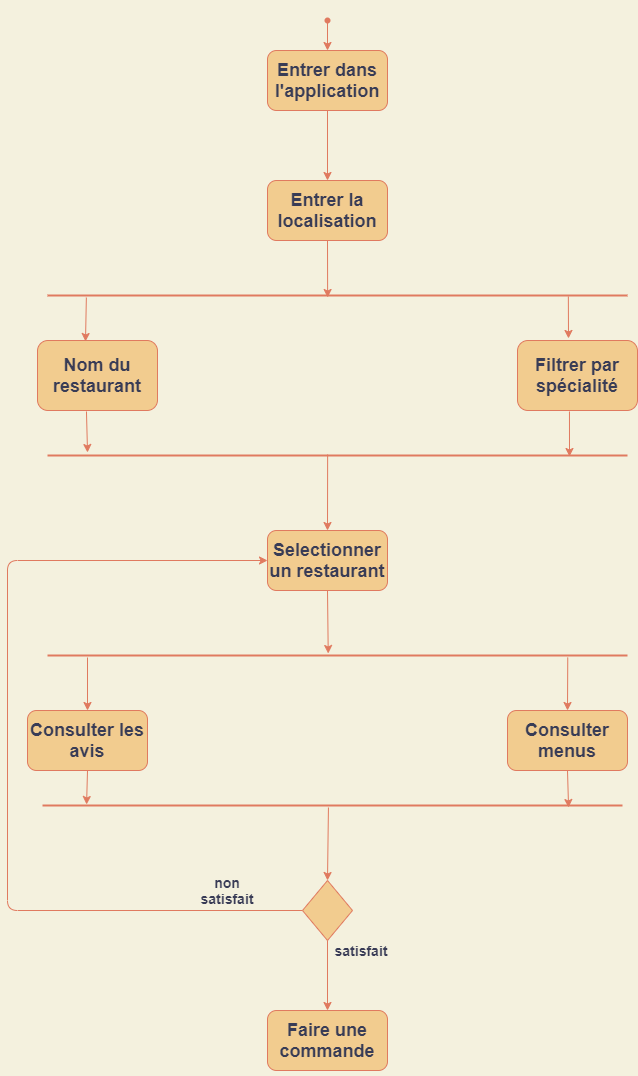
This is diagrammes/diagramme_activite.png from TheAIWizard/Ensaeats, a draw.io export, as it was before one commit. Source tidied: cells renumbered, new cells last; positions are measured from the earlier drawing's top-left corner, leaving out a move shared by most shapes.
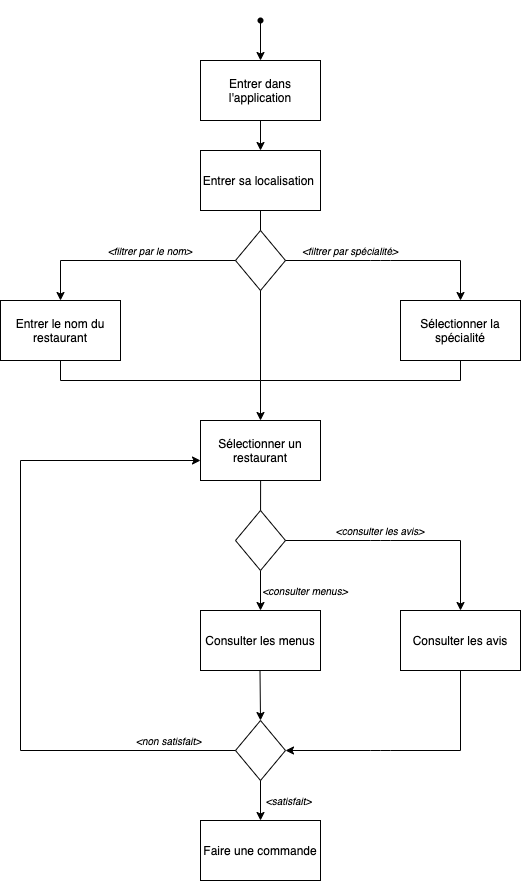
Above is the later version.

What changed in the source:
```diff
@@ -1,109 +1,196 @@
-<mxGraphModel background="#F4F1DE">
+<mxGraphModel background="#ffffff">
   <root>
     <mxCell id="0" />
     <mxCell id="1" parent="0" />
-    <mxCell id="2" style="shape=waypoint;sketch=0;fillStyle=solid;size=6;points=[];fillColor=none;perimeter=centerPerimeter;snapToPoint=1;strokeColor=#E07A5F;fontColor=#393C56;" parent="1" vertex="1">
-      <mxGeometry x="300" width="40" height="40" as="geometry" />
+    <mxCell id="2" style="shape=waypoint;fillStyle=solid;size=6;points=[];fillColor=none;perimeter=centerPerimeter;snapToPoint=1;strokeColor=#000000;" parent="1" vertex="1">
+      <mxGeometry x="300" y="-10" width="40" height="40" as="geometry" />
     </mxCell>
-    <mxCell id="3" style="endArrow=classic;html=1;exitX=0.575;exitY=0.525;exitDx=0;exitDy=0;exitPerimeter=0;labelBackgroundColor=#F4F1DE;strokeColor=#E07A5F;fontColor=#393C56;" parent="1" edge="1" source="2" target="4">
+    <mxCell id="3" style="endArrow=classic;html=1;exitX=0.575;exitY=0.525;exitDx=0;exitDy=0;exitPerimeter=0;entryX=0.5;entryY=0;entryDx=0;entryDy=0;strokeColor=#000000;" parent="1" edge="1" source="2" target="4">
       <mxGeometry relative="1" as="geometry" />
     </mxCell>
+    <mxCell id="6" style="endArrow=classic;html=1;exitX=0.5;exitY=1;exitDx=0;exitDy=0;entryX=0.5;entryY=0;entryDx=0;entryDy=0;strokeColor=#000000;" parent="1" edge="1" source="4" target="34">
+      <mxGeometry relative="1" as="geometry" />
+    </mxCell>
+    <mxCell id="13" value="&lt;span style=&quot;font-size: 10px&quot;&gt;&lt;font color=&quot;#000000&quot;&gt;&lt;i&gt;&amp;lt;non satisfait&amp;gt;&lt;/i&gt;&lt;b&gt;&amp;nbsp;&lt;/b&gt;&lt;/font&gt;&lt;/span&gt;" style="text;html=1;strokeColor=none;fillColor=none;align=center;verticalAlign=middle;whiteSpace=wrap;" parent="1" vertex="1">
+      <mxGeometry x="160" y="720" width="140" height="20" as="geometry" />
+    </mxCell>
+    <mxCell id="15" style="rhombus;whiteSpace=wrap;html=1;" parent="1" vertex="1">
+      <mxGeometry x="295" y="710" width="50" height="60" as="geometry" />
+    </mxCell>
+    <mxCell id="23" style="endArrow=none;html=1;exitX=0.483;exitY=0.4;exitDx=0;exitDy=0;exitPerimeter=0;entryX=0.5;entryY=0;entryDx=0;entryDy=0;endFill=0;strokeColor=#000000;" parent="1" edge="1">
+      <mxGeometry relative="1" as="geometry">
+        <mxPoint x="320.1" y="454" as="sourcePoint" />
+        <mxPoint x="320" y="530" as="targetPoint" />
+      </mxGeometry>
+    </mxCell>
+    <mxCell id="32" style="endArrow=classic;html=1;exitX=0.5;exitY=1;exitDx=0;exitDy=0;strokeColor=#000000;" parent="1" edge="1" source="15">
+      <mxGeometry relative="1" as="geometry">
+        <mxPoint x="320" y="810" as="targetPoint" />
+      </mxGeometry>
+    </mxCell>
-    <mxCell id="4" value="&lt;h2&gt;Entrer dans l'application&lt;/h2&gt;" style="rounded=1;whiteSpace=wrap;html=1;fillColor=#F2CC8F;strokeColor=#E07A5F;fontColor=#393C56;" parent="1" vertex="1">
+    <mxCell id="4" value="Entrer dans l'application" style="whiteSpace=wrap;html=1;" parent="1" vertex="1">
       <mxGeometry x="260" y="50" width="120" height="60" as="geometry" />
     </mxCell>
-    <mxCell id="5" value="&lt;h2&gt;Entrer la localisation&lt;/h2&gt;" style="rounded=1;whiteSpace=wrap;html=1;fillColor=#F2CC8F;strokeColor=#E07A5F;fontColor=#393C56;" parent="1" vertex="1">
-      <mxGeometry x="260" y="180" width="120" height="60" as="geometry" />
-    </mxCell>
-    <mxCell id="6" style="endArrow=classic;html=1;exitX=0.5;exitY=1;exitDx=0;exitDy=0;entryX=0.5;entryY=0;entryDx=0;entryDy=0;labelBackgroundColor=#F4F1DE;strokeColor=#E07A5F;fontColor=#393C56;" parent="1" edge="1" source="4" target="5">
-      <mxGeometry relative="1" as="geometry" />
-    </mxCell>
-    <mxCell id="7" value="&lt;h2&gt;Filtrer par spécialité&lt;/h2&gt;" style="rounded=1;whiteSpace=wrap;html=1;fillColor=#F2CC8F;strokeColor=#E07A5F;fontColor=#393C56;" parent="1" vertex="1">
-      <mxGeometry x="510" y="340" width="120" height="70" as="geometry" />
-    </mxCell>
-    <mxCell id="8" value="&lt;h2&gt;Selectionner un restaurant&lt;/h2&gt;" style="rounded=1;whiteSpace=wrap;html=1;fillColor=#F2CC8F;strokeColor=#E07A5F;fontColor=#393C56;" parent="1" vertex="1">
-      <mxGeometry x="260" y="530" width="120" height="60" as="geometry" />
-    </mxCell>
-    <mxCell id="9" style="line;strokeWidth=2;html=1;labelBackgroundColor=#F4F1DE;fillColor=#F2CC8F;strokeColor=#E07A5F;fontColor=#393C56;" parent="1" vertex="1">
-      <mxGeometry x="40" y="290" width="580" height="10" as="geometry" />
-    </mxCell>
+    <mxCell id="34" value="Entrer sa localisation&amp;nbsp;" style="whiteSpace=wrap;html=1;" parent="1" vertex="1">
+      <mxGeometry x="260" y="140" width="120" height="60" as="geometry" />
+    </mxCell>
+    <mxCell id="35" style="endArrow=none;html=1;exitX=0.5;exitY=1;exitDx=0;exitDy=0;endFill=0;strokeColor=#000000;" parent="1" edge="1" source="34">
+      <mxGeometry relative="1" as="geometry">
+        <mxPoint x="320" y="250" as="targetPoint" />
+      </mxGeometry>
+    </mxCell>
+    <mxCell id="36" value="Entrer le nom du restaurant" style="whiteSpace=wrap;html=1;" parent="1" vertex="1">
+      <mxGeometry x="60" y="290" width="120" height="60" as="geometry" />
+    </mxCell>
+    <mxCell id="37" style="endArrow=classic;html=1;entryX=0.5;entryY=0;entryDx=0;entryDy=0;strokeColor=#000000;" parent="1" edge="1" target="36">
+      <mxGeometry relative="1" as="geometry">
+        <mxPoint x="120" y="250" as="sourcePoint" />
+      </mxGeometry>
+    </mxCell>
+    <mxCell id="38" value="Sélectionner la spécialité" style="whiteSpace=wrap;html=1;" parent="1" vertex="1">
+      <mxGeometry x="460" y="290" width="120" height="60" as="geometry" />
+    </mxCell>
+    <mxCell id="39" style="endArrow=classic;html=1;strokeColor=#000000;" parent="1" edge="1" target="38">
+      <mxGeometry relative="1" as="geometry">
+        <mxPoint x="520" y="250" as="sourcePoint" />
+      </mxGeometry>
+    </mxCell>
+    <mxCell id="40" value="Sélectionner un restaurant" style="whiteSpace=wrap;html=1;" parent="1" vertex="1">
+      <mxGeometry x="260" y="410" width="120" height="60" as="geometry" />
+    </mxCell>
-    <mxCell id="10" value="&lt;h2&gt;Consulter les avis&lt;/h2&gt;" style="rounded=1;whiteSpace=wrap;html=1;fillColor=#F2CC8F;strokeColor=#E07A5F;fontColor=#393C56;" parent="1" vertex="1">
-      <mxGeometry x="20" y="710" width="120" height="60" as="geometry" />
+    <mxCell id="10" value="Consulter les avis" style="whiteSpace=wrap;html=1;" parent="1" vertex="1">
+      <mxGeometry x="460" y="600" width="120" height="60" as="geometry" />
     </mxCell>
-    <mxCell id="11" value="&lt;h2&gt;&lt;span&gt;Consulter menus&lt;/span&gt;&lt;/h2&gt;" style="rounded=1;whiteSpace=wrap;html=1;fillColor=#F2CC8F;strokeColor=#E07A5F;fontColor=#393C56;" parent="1" vertex="1">
-      <mxGeometry x="500" y="710" width="120" height="60" as="geometry" />
-    </mxCell>
-    <mxCell id="12" style="edgeStyle=elbowEdgeStyle;elbow=horizontal;endArrow=classic;html=1;entryX=0;entryY=0.5;entryDx=0;entryDy=0;exitX=0;exitY=0.5;exitDx=0;exitDy=0;labelBackgroundColor=#F4F1DE;strokeColor=#E07A5F;fontColor=#393C56;" parent="1" edge="1" source="15" target="8">
-      <mxGeometry relative="1" as="geometry">
-        <Array as="points">
-          <mxPoint y="470" />
-        </Array>
-      </mxGeometry>
-    </mxCell>
-    <mxCell id="13" value="&lt;font style=&quot;font-size: 14px&quot;&gt;&lt;b&gt;non satisfait&lt;/b&gt;&lt;/font&gt;" style="text;html=1;strokeColor=none;fillColor=none;align=center;verticalAlign=middle;whiteSpace=wrap;rounded=0;fontColor=#393C56;" parent="1" vertex="1">
-      <mxGeometry x="180" y="880" width="80" height="20" as="geometry" />
-    </mxCell>
-    <mxCell id="14" value="satisfait" style="text;html=1;strokeColor=none;fillColor=none;align=center;verticalAlign=middle;whiteSpace=wrap;rounded=0;strokeWidth=4;fontColor=#393C56;fontSize=14;fontStyle=1;" parent="1" vertex="1">
-      <mxGeometry x="334" y="940" width="40" height="20" as="geometry" />
-    </mxCell>
-    <mxCell id="15" style="rhombus;whiteSpace=wrap;html=1;fillColor=#F2CC8F;strokeColor=#E07A5F;fontColor=#393C56;" parent="1" vertex="1">
-      <mxGeometry x="295" y="880" width="50" height="60" as="geometry" />
-    </mxCell>
-    <mxCell id="16" value="&lt;h2&gt;Nom du restaurant&lt;/h2&gt;" style="rounded=1;whiteSpace=wrap;html=1;fillColor=#F2CC8F;strokeColor=#E07A5F;fontColor=#393C56;" parent="1" vertex="1">
-      <mxGeometry x="30" y="340" width="120" height="70" as="geometry" />
-    </mxCell>
-    <mxCell id="17" style="line;strokeWidth=2;html=1;labelBackgroundColor=#F4F1DE;fillColor=#F2CC8F;strokeColor=#E07A5F;fontColor=#393C56;" parent="1" vertex="1">
-      <mxGeometry x="40" y="450" width="580" height="10" as="geometry" />
-    </mxCell>
-    <mxCell id="18" style="endArrow=classic;html=1;entryX=0.483;entryY=0.7;entryDx=0;entryDy=0;entryPerimeter=0;exitX=0.5;exitY=1;exitDx=0;exitDy=0;labelBackgroundColor=#F4F1DE;strokeColor=#E07A5F;fontColor=#393C56;" parent="1" edge="1" source="5" target="9">
-      <mxGeometry relative="1" as="geometry" />
-    </mxCell>
-    <mxCell id="19" style="endArrow=classic;html=1;exitX=0.067;exitY=0.7;exitDx=0;exitDy=0;exitPerimeter=0;entryX=0.4;entryY=0.014;entryDx=0;entryDy=0;entryPerimeter=0;labelBackgroundColor=#F4F1DE;strokeColor=#E07A5F;fontColor=#393C56;" parent="1" edge="1" source="9" target="16">
-      <mxGeometry relative="1" as="geometry" />
-    </mxCell>
-    <mxCell id="20" style="endArrow=classic;html=1;exitX=0.898;exitY=0.6;exitDx=0;exitDy=0;exitPerimeter=0;entryX=0.425;entryY=-0.029;entryDx=0;entryDy=0;entryPerimeter=0;labelBackgroundColor=#F4F1DE;strokeColor=#E07A5F;fontColor=#393C56;" parent="1" edge="1" source="9" target="7">
-      <mxGeometry relative="1" as="geometry" />
-    </mxCell>
-    <mxCell id="21" style="endArrow=classic;html=1;exitX=0.433;exitY=1.014;exitDx=0;exitDy=0;exitPerimeter=0;entryX=0.9;entryY=0.6;entryDx=0;entryDy=0;entryPerimeter=0;labelBackgroundColor=#F4F1DE;strokeColor=#E07A5F;fontColor=#393C56;" parent="1" edge="1" source="7" target="17">
-      <mxGeometry relative="1" as="geometry" />
-    </mxCell>
-    <mxCell id="22" style="endArrow=classic;html=1;exitX=0.408;exitY=1.014;exitDx=0;exitDy=0;exitPerimeter=0;entryX=0.069;entryY=0.2;entryDx=0;entryDy=0;entryPerimeter=0;labelBackgroundColor=#F4F1DE;strokeColor=#E07A5F;fontColor=#393C56;" parent="1" edge="1" source="16" target="17">
-      <mxGeometry relative="1" as="geometry" />
-    </mxCell>
-    <mxCell id="23" style="endArrow=classic;html=1;exitX=0.483;exitY=0.4;exitDx=0;exitDy=0;exitPerimeter=0;entryX=0.5;entryY=0;entryDx=0;entryDy=0;labelBackgroundColor=#F4F1DE;strokeColor=#E07A5F;fontColor=#393C56;" parent="1" edge="1" source="17" target="8">
-      <mxGeometry relative="1" as="geometry" />
-    </mxCell>
-    <mxCell id="24" style="endArrow=classic;html=1;exitX=0.5;exitY=1;exitDx=0;exitDy=0;entryX=0.484;entryY=0.3;entryDx=0;entryDy=0;entryPerimeter=0;labelBackgroundColor=#F4F1DE;strokeColor=#E07A5F;fontColor=#393C56;" parent="1" edge="1" source="8" target="25">
-      <mxGeometry relative="1" as="geometry" />
-    </mxCell>
-    <mxCell id="25" style="line;strokeWidth=2;html=1;labelBackgroundColor=#F4F1DE;fillColor=#F2CC8F;strokeColor=#E07A5F;fontColor=#393C56;" parent="1" vertex="1">
-      <mxGeometry x="40" y="650" width="580" height="10" as="geometry" />
-    </mxCell>
-    <mxCell id="26" style="line;strokeWidth=2;html=1;labelBackgroundColor=#F4F1DE;fillColor=#F2CC8F;strokeColor=#E07A5F;fontColor=#393C56;" parent="1" vertex="1">
-      <mxGeometry x="35" y="800" width="580" height="10" as="geometry" />
-    </mxCell>
-    <mxCell id="27" style="endArrow=classic;html=1;entryX=0.907;entryY=0.7;entryDx=0;entryDy=0;entryPerimeter=0;exitX=0.5;exitY=1;exitDx=0;exitDy=0;labelBackgroundColor=#F4F1DE;strokeColor=#E07A5F;fontColor=#393C56;" parent="1" edge="1" source="11" target="26">
-      <mxGeometry relative="1" as="geometry" />
-    </mxCell>
-    <mxCell id="28" style="endArrow=classic;html=1;exitX=0.897;exitY=0.7;exitDx=0;exitDy=0;exitPerimeter=0;entryX=0.5;entryY=0;entryDx=0;entryDy=0;labelBackgroundColor=#F4F1DE;strokeColor=#E07A5F;fontColor=#393C56;" parent="1" edge="1" source="25" target="11">
-      <mxGeometry relative="1" as="geometry" />
-    </mxCell>
-    <mxCell id="29" style="endArrow=classic;html=1;labelBackgroundColor=#F4F1DE;strokeColor=#E07A5F;fontColor=#393C56;" parent="1" edge="1">
-      <mxGeometry relative="1" as="geometry">
-        <mxPoint x="80" y="657" as="sourcePoint" />
-        <mxPoint x="80" y="710" as="targetPoint" />
-      </mxGeometry>
-    </mxCell>
-    <mxCell id="30" style="endArrow=classic;html=1;entryX=0.076;entryY=0.4;entryDx=0;entryDy=0;entryPerimeter=0;exitX=0.5;exitY=1;exitDx=0;exitDy=0;labelBackgroundColor=#F4F1DE;strokeColor=#E07A5F;fontColor=#393C56;" parent="1" edge="1" source="10" target="26">
-      <mxGeometry relative="1" as="geometry" />
-    </mxCell>
-    <mxCell id="31" style="endArrow=classic;html=1;exitX=0.493;exitY=0.7;exitDx=0;exitDy=0;exitPerimeter=0;entryX=0.5;entryY=0;entryDx=0;entryDy=0;labelBackgroundColor=#F4F1DE;strokeColor=#E07A5F;fontColor=#393C56;" parent="1" edge="1" source="26" target="15">
-      <mxGeometry relative="1" as="geometry" />
-    </mxCell>
-    <mxCell id="32" style="endArrow=classic;html=1;entryX=0.5;entryY=0;entryDx=0;entryDy=0;exitX=0.5;exitY=1;exitDx=0;exitDy=0;labelBackgroundColor=#F4F1DE;strokeColor=#E07A5F;fontColor=#393C56;" parent="1" edge="1" source="15" target="33">
-      <mxGeometry relative="1" as="geometry" />
-    </mxCell>
+    <mxCell id="41" value="Consulter les menus" style="whiteSpace=wrap;html=1;" parent="1" vertex="1">
+      <mxGeometry x="260" y="600" width="120" height="60" as="geometry" />
+    </mxCell>
+    <mxCell id="42" style="endArrow=classic;html=1;entryX=0.5;entryY=0;entryDx=0;entryDy=0;exitX=0.5;exitY=1;exitDx=0;exitDy=0;strokeColor=#000000;" parent="1" edge="1" source="47" target="41">
+      <mxGeometry relative="1" as="geometry" />
+    </mxCell>
+    <mxCell id="43" style="endArrow=none;html=1;endFill=0;strokeColor=#000000;" parent="1" edge="1">
+      <mxGeometry relative="1" as="geometry">
+        <mxPoint x="120" y="350" as="sourcePoint" />
+        <mxPoint x="120" y="370" as="targetPoint" />
+      </mxGeometry>
+    </mxCell>
+    <mxCell id="44" style="endArrow=none;html=1;endFill=0;strokeColor=#000000;" parent="1" edge="1" source="38">
+      <mxGeometry relative="1" as="geometry">
+        <mxPoint x="520" y="370" as="targetPoint" />
+      </mxGeometry>
+    </mxCell>
+    <mxCell id="45" style="endArrow=classic;html=1;entryX=0.5;entryY=0;entryDx=0;entryDy=0;strokeColor=#000000;" parent="1" edge="1" target="40">
+      <mxGeometry relative="1" as="geometry">
+        <mxPoint x="320" y="370" as="sourcePoint" />
+      </mxGeometry>
+    </mxCell>
+    <mxCell id="46" value="&lt;span style=&quot;font-size: 10px&quot;&gt;&lt;i&gt;&lt;font color=&quot;#000000&quot;&gt;&amp;lt;satisfait&amp;gt;&amp;nbsp;&lt;/font&gt;&lt;/i&gt;&lt;/span&gt;" style="text;html=1;strokeColor=none;fillColor=none;align=center;verticalAlign=middle;whiteSpace=wrap;" parent="1" vertex="1">
+      <mxGeometry x="280" y="780" width="140" height="20" as="geometry" />
+    </mxCell>
-    <mxCell id="33" value="&lt;h2&gt;Faire une commande&lt;/h2&gt;" style="rounded=1;whiteSpace=wrap;html=1;sketch=0;fontColor=#393C56;strokeColor=#E07A5F;fillColor=#F2CC8F;" parent="1" vertex="1">
-      <mxGeometry x="260" y="1010" width="120" height="60" as="geometry" />
+    <mxCell id="33" value="Faire une commande" style="whiteSpace=wrap;html=1;" parent="1" vertex="1">
+      <mxGeometry x="260" y="810" width="120" height="60" as="geometry" />
     </mxCell>
+    <mxCell id="47" style="rhombus;whiteSpace=wrap;html=1;" parent="1" vertex="1">
+      <mxGeometry x="295" y="500" width="50" height="60" as="geometry" />
+    </mxCell>
+    <mxCell id="48" value="&lt;span style=&quot;font-size: 10px&quot;&gt;&lt;i&gt;&lt;font color=&quot;#000000&quot;&gt;&amp;lt;consulter les avis&amp;gt;&lt;/font&gt;&lt;/i&gt;&lt;/span&gt;" style="text;html=1;strokeColor=none;fillColor=none;align=center;verticalAlign=middle;whiteSpace=wrap;" parent="1" vertex="1">
+      <mxGeometry x="370" y="510" width="140" height="20" as="geometry" />
+    </mxCell>
+    <mxCell id="49" value="&lt;span style=&quot;font-size: 10px&quot;&gt;&lt;i&gt;&lt;font color=&quot;#000000&quot;&gt;&amp;lt;consulter menus&amp;gt;&lt;/font&gt;&lt;/i&gt;&lt;/span&gt;" style="text;html=1;strokeColor=none;fillColor=none;align=center;verticalAlign=middle;whiteSpace=wrap;" parent="1" vertex="1">
+      <mxGeometry x="295" y="570" width="140" height="20" as="geometry" />
+    </mxCell>
+    <mxCell id="50" style="endArrow=classic;html=1;entryX=0.5;entryY=0;entryDx=0;entryDy=0;strokeColor=#000000;" parent="1" edge="1" target="15">
+      <mxGeometry relative="1" as="geometry">
+        <mxPoint x="319.5" y="660" as="sourcePoint" />
+      </mxGeometry>
+    </mxCell>
+    <mxCell id="51" style="edgeStyle=orthogonalEdgeStyle;orthogonalLoop=1;jettySize=auto;html=1;exitX=0.5;exitY=1;exitDx=0;exitDy=0;startArrow=classic;startFill=1;endArrow=none;endFill=0;strokeWidth=1;" parent="1" edge="1" source="10" target="10">
+      <mxGeometry relative="1" as="geometry" />
+    </mxCell>
+    <mxCell id="52" style="rhombus;whiteSpace=wrap;html=1;" parent="1" vertex="1">
+      <mxGeometry x="295" y="220" width="50" height="60" as="geometry" />
+    </mxCell>
+    <mxCell id="53" style="endArrow=none;html=1;strokeWidth=1;entryX=0;entryY=0.5;entryDx=0;entryDy=0;strokeColor=#000000;" parent="1" edge="1" target="52">
+      <mxGeometry relative="1" as="geometry">
+        <mxPoint x="120" y="250" as="sourcePoint" />
+      </mxGeometry>
+    </mxCell>
+    <mxCell id="54" style="endArrow=none;html=1;strokeWidth=1;exitX=1;exitY=0.5;exitDx=0;exitDy=0;strokeColor=#000000;" parent="1" edge="1" source="52">
+      <mxGeometry relative="1" as="geometry">
+        <mxPoint x="520" y="250" as="targetPoint" />
+        <Array as="points">
+          <mxPoint x="440" y="250" />
+        </Array>
+      </mxGeometry>
+    </mxCell>
+    <mxCell id="55" style="endArrow=none;html=1;strokeWidth=1;strokeColor=#000000;" parent="1" edge="1">
+      <mxGeometry relative="1" as="geometry">
+        <mxPoint x="320" y="370" as="sourcePoint" />
+        <mxPoint x="520" y="370" as="targetPoint" />
+      </mxGeometry>
+    </mxCell>
+    <mxCell id="56" style="endArrow=none;html=1;strokeWidth=1;strokeColor=#000000;" parent="1" edge="1">
+      <mxGeometry relative="1" as="geometry">
+        <mxPoint x="120" y="370" as="sourcePoint" />
+        <mxPoint x="320" y="370" as="targetPoint" />
+      </mxGeometry>
+    </mxCell>
+    <mxCell id="57" value="&lt;span style=&quot;font-size: 10px&quot;&gt;&lt;i&gt;&lt;font color=&quot;#000000&quot;&gt;&amp;lt;filtrer par spécialité&amp;gt;&lt;/font&gt;&lt;/i&gt;&lt;/span&gt;" style="text;html=1;strokeColor=none;fillColor=none;align=center;verticalAlign=middle;whiteSpace=wrap;" parent="1" vertex="1">
+      <mxGeometry x="340" y="230" width="140" height="20" as="geometry" />
+    </mxCell>
+    <mxCell id="58" value="&lt;span style=&quot;font-size: 10px&quot;&gt;&lt;i&gt;&lt;font color=&quot;#000000&quot;&gt;&amp;lt;filtrer par le nom&amp;gt;&lt;/font&gt;&lt;/i&gt;&lt;/span&gt;" style="text;html=1;strokeColor=none;fillColor=none;align=center;verticalAlign=middle;whiteSpace=wrap;" parent="1" vertex="1">
+      <mxGeometry x="140" y="230" width="140" height="20" as="geometry" />
+    </mxCell>
+    <mxCell id="59" style="endArrow=none;html=1;strokeWidth=1;entryX=0.5;entryY=1;entryDx=0;entryDy=0;strokeColor=#000000;" parent="1" edge="1" target="52">
+      <mxGeometry relative="1" as="geometry">
+        <mxPoint x="320" y="370" as="sourcePoint" />
+      </mxGeometry>
+    </mxCell>
+    <mxCell id="60" style="endArrow=none;html=1;strokeWidth=1;exitX=1;exitY=0.5;exitDx=0;exitDy=0;strokeColor=#000000;" parent="1" edge="1">
+      <mxGeometry relative="1" as="geometry">
+        <mxPoint x="345" y="530" as="sourcePoint" />
+        <mxPoint x="520" y="530" as="targetPoint" />
+        <Array as="points">
+          <mxPoint x="440" y="530" />
+        </Array>
+      </mxGeometry>
+    </mxCell>
+    <mxCell id="61" style="endArrow=classic;html=1;strokeColor=#000000;" parent="1" edge="1">
+      <mxGeometry relative="1" as="geometry">
+        <mxPoint x="520" y="530" as="sourcePoint" />
+        <mxPoint x="520" y="600" as="targetPoint" />
+      </mxGeometry>
+    </mxCell>
+    <mxCell id="62" style="endArrow=none;html=1;endFill=0;strokeColor=#000000;" parent="1" edge="1">
+      <mxGeometry relative="1" as="geometry">
+        <mxPoint x="520" y="660" as="sourcePoint" />
+        <mxPoint x="520" y="740" as="targetPoint" />
+      </mxGeometry>
+    </mxCell>
+    <mxCell id="63" style="endArrow=none;html=1;strokeWidth=1;exitX=1;exitY=0.5;exitDx=0;exitDy=0;startArrow=classic;startFill=1;strokeColor=#000000;" parent="1" edge="1">
+      <mxGeometry relative="1" as="geometry">
+        <mxPoint x="345" y="740" as="sourcePoint" />
+        <mxPoint x="520" y="740" as="targetPoint" />
+        <Array as="points">
+          <mxPoint x="440" y="740" />
+        </Array>
+      </mxGeometry>
+    </mxCell>
+    <mxCell id="64" style="endArrow=none;html=1;entryX=0;entryY=0.5;entryDx=0;entryDy=0;strokeColor=#000000;" parent="1" edge="1" target="15">
+      <mxGeometry relative="1" as="geometry">
+        <mxPoint x="80" y="740" as="sourcePoint" />
+      </mxGeometry>
+    </mxCell>
+    <mxCell id="65" style="endArrow=none;html=1;strokeColor=#000000;" parent="1" edge="1">
+      <mxGeometry relative="1" as="geometry">
+        <mxPoint x="80" y="740" as="sourcePoint" />
+        <mxPoint x="80" y="450" as="targetPoint" />
+      </mxGeometry>
+    </mxCell>
+    <mxCell id="66" style="endArrow=classic;html=1;endFill=1;strokeColor=#000000;" parent="1" edge="1">
+      <mxGeometry relative="1" as="geometry">
+        <mxPoint x="80" y="450" as="sourcePoint" />
+        <mxPoint x="260" y="450" as="targetPoint" />
+      </mxGeometry>
+    </mxCell>
   </root>
 </mxGraphModel>
```
